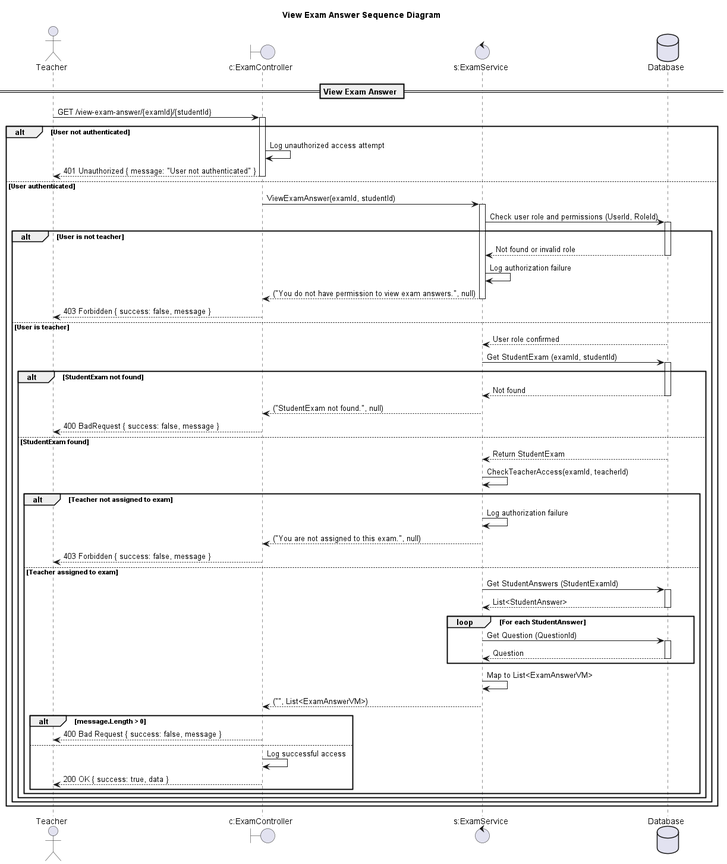
conghoan1211/AI-Kiosk-Testing-system keeps this PlantUML diagram as design/out/viewexamanswersequencediagram/viewexamanswersequencediagram.png. Above is the earlier version. Source of this version:
```plantuml
@startuml

title View Exam Answer Sequence Diagram

actor "Teacher" as Client
boundary "c:ExamController" as Controller
control "s:ExamService" as Service
database "Database" as DB

== View Exam Answer ==

Client -> Controller: GET /view-exam-answer/{examId}/{studentId}
activate Controller

alt User not authenticated
    Controller -> Controller: Log unauthorized access attempt
    Controller --> Client: 401 Unauthorized { message: "User not authenticated" }
    deactivate Controller
else User authenticated
    Controller -> Service: ViewExamAnswer(examId, studentId)
    activate Service

    Service -> DB: Check user role and permissions (UserId, RoleId)
    activate DB
    alt User is not teacher
        DB --> Service: Not found or invalid role
        deactivate DB
        Service -> Service: Log authorization failure
        Service --> Controller: ("You do not have permission to view exam answers.", null)
        deactivate Service
        Controller --> Client: 403 Forbidden { success: false, message }
        deactivate Controller
    else User is teacher
        DB --> Service: User role confirmed
        deactivate DB

        Service -> DB: Get StudentExam (examId, studentId)
        activate DB
        alt StudentExam not found
            DB --> Service: Not found
            deactivate DB
            Service --> Controller: ("StudentExam not found.", null)
            deactivate Service
            Controller --> Client: 400 BadRequest { success: false, message }
            deactivate Controller
        else StudentExam found
            DB --> Service: Return StudentExam
            deactivate DB

            Service -> Service: CheckTeacherAccess(examId, teacherId)
            alt Teacher not assigned to exam
                Service -> Service: Log authorization failure
                Service --> Controller: ("You are not assigned to this exam.", null)
                deactivate Service
                Controller --> Client: 403 Forbidden { success: false, message }
                deactivate Controller
            else Teacher assigned to exam
                Service -> DB: Get StudentAnswers (StudentExamId)
                activate DB
                DB --> Service: List<StudentAnswer>
                deactivate DB

                loop For each StudentAnswer
                    Service -> DB: Get Question (QuestionId)
                    activate DB
                    DB --> Service: Question
                    deactivate DB
                end loop

                Service -> Service: Map to List<ExamAnswerVM>
                Service --> Controller: ("", List<ExamAnswerVM>)
                deactivate Service

                alt message.Length > 0
                    Controller --> Client: 400 Bad Request { success: false, message }
                else
                    Controller -> Controller: Log successful access
                    Controller --> Client: 200 OK { success: true, data }
                end
            end
        end
    end
end

deactivate Controller

@enduml
```
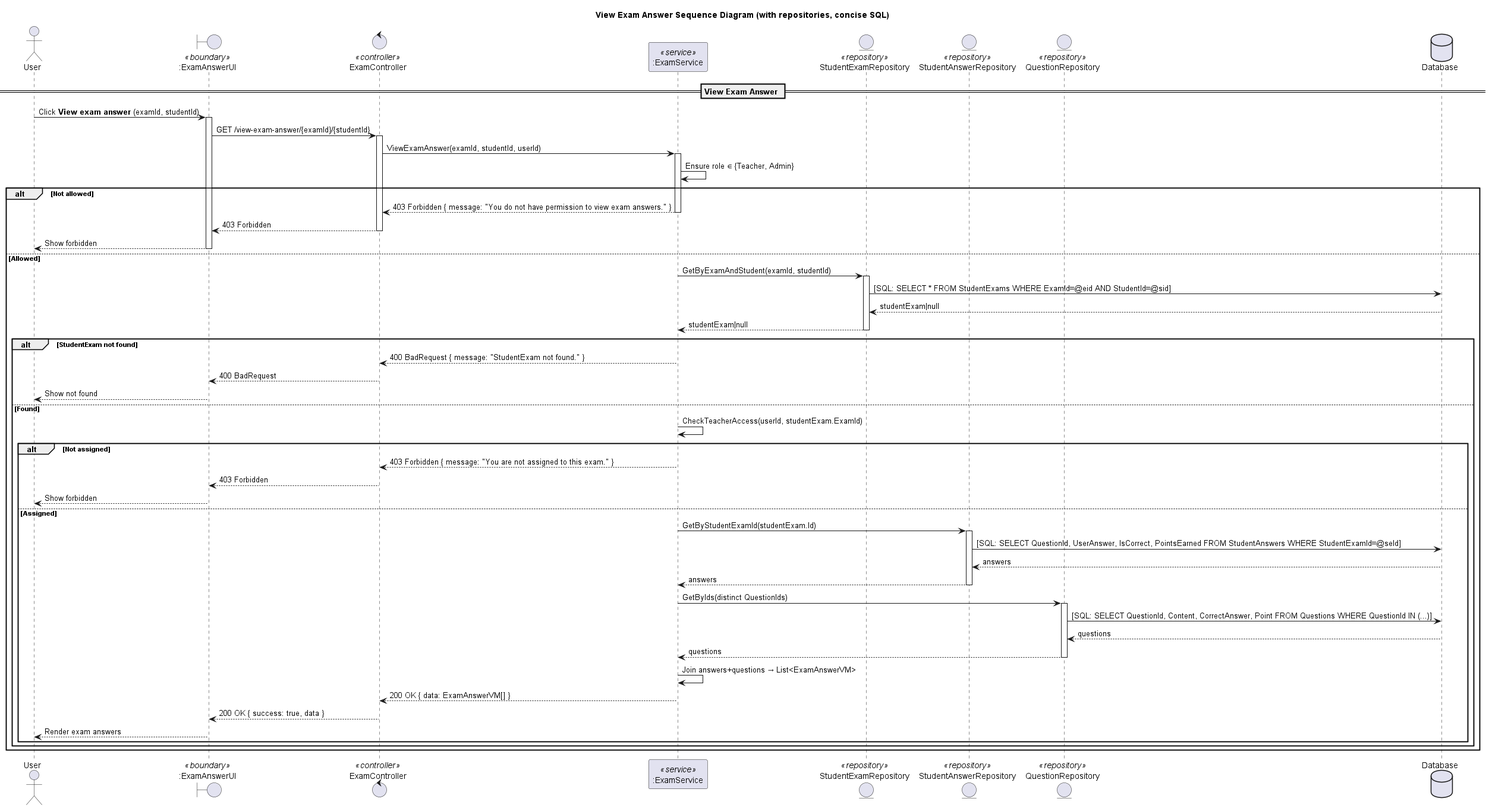
The same diagram one commit later.

The edit, as a diff of the source:
```diff
@@ -1,87 +1,82 @@
 @startuml
+title View Exam Answer Sequence Diagram (with repositories, concise SQL)
 
-title View Exam Answer Sequence Diagram
+actor "User" as Client
+boundary ":ExamAnswerUI" as UI <<boundary>>
+control "ExamController" as Controller <<controller>>
+participant ":ExamService" as Service <<service>>
 
-actor "Teacher" as Client
-boundary "c:ExamController" as Controller
-control "s:ExamService" as Service
+
+entity "StudentExamRepository" as StuExamRepo <<repository>>
+entity "StudentAnswerRepository" as AnswerRepo <<repository>>
+entity "QuestionRepository" as QRepo <<repository>>
+
 database "Database" as DB
 
 == View Exam Answer ==
 
-Client -> Controller: GET /view-exam-answer/{examId}/{studentId}
+Client -> UI: Click **View exam answer** (examId, studentId)
+activate UI
+UI -> Controller: GET /view-exam-answer/{examId}/{studentId}
 activate Controller
+Controller -> Service: ViewExamAnswer(examId, studentId, userId)
+activate Service
 
-alt User not authenticated
-    Controller -> Controller: Log unauthorized access attempt
-    Controller --> Client: 401 Unauthorized { message: "User not authenticated" }
+Service -> Service: Ensure role ∈ {Teacher, Admin}
+alt Not allowed
+  Service --> Controller: 403 Forbidden { message: "You do not have permission to view exam answers." }
+  deactivate Service
+  Controller --> UI: 403 Forbidden
+  deactivate Controller
+  UI --> Client: Show forbidden
+  deactivate UI
+else Allowed
+  Service -> StuExamRepo: GetByExamAndStudent(examId, studentId)
+  activate StuExamRepo
+  StuExamRepo -> DB: [SQL: SELECT * FROM StudentExams WHERE ExamId=@eid AND StudentId=@sid]
+  DB --> StuExamRepo: studentExam|null
+  StuExamRepo --> Service: studentExam|null
+  deactivate StuExamRepo
+
+  alt StudentExam not found
+    Service --> Controller: 400 BadRequest { message: "StudentExam not found." }
+    deactivate Service
+    Controller --> UI: 400 BadRequest
     deactivate Controller
-else User authenticated
-    Controller -> Service: ViewExamAnswer(examId, studentId)
-    activate Service
+    UI --> Client: Show not found
+    deactivate UI
+  else Found
+    Service -> Service: CheckTeacherAccess(userId, studentExam.ExamId)
+    alt Not assigned
+      Service --> Controller: 403 Forbidden { message: "You are not assigned to this exam." }
+      deactivate Service
+      Controller --> UI: 403 Forbidden
+      deactivate Controller
+      UI --> Client: Show forbidden
+      deactivate UI
+    else Assigned
+      Service -> AnswerRepo: GetByStudentExamId(studentExam.Id)
+      activate AnswerRepo
+      AnswerRepo -> DB: [SQL: SELECT QuestionId, UserAnswer, IsCorrect, PointsEarned FROM StudentAnswers WHERE StudentExamId=@seId]
+      DB --> AnswerRepo: answers
+      AnswerRepo --> Service: answers
+      deactivate AnswerRepo
 
-    Service -> DB: Check user role and permissions (UserId, RoleId)
-    activate DB
-    alt User is not teacher
-        DB --> Service: Not found or invalid role
-        deactivate DB
-        Service -> Service: Log authorization failure
-        Service --> Controller: ("You do not have permission to view exam answers.", null)
-        deactivate Service
-        Controller --> Client: 403 Forbidden { success: false, message }
-        deactivate Controller
-    else User is teacher
-        DB --> Service: User role confirmed
-        deactivate DB
+      Service -> QRepo: GetByIds(distinct QuestionIds)
+      activate QRepo
+      QRepo -> DB: [SQL: SELECT QuestionId, Content, CorrectAnswer, Point FROM Questions WHERE QuestionId IN (...)]
+      DB --> QRepo: questions
+      QRepo --> Service: questions
+      deactivate QRepo
 
-        Service -> DB: Get StudentExam (examId, studentId)
-        activate DB
-        alt StudentExam not found
-            DB --> Service: Not found
-            deactivate DB
-            Service --> Controller: ("StudentExam not found.", null)
-            deactivate Service
-            Controller --> Client: 400 BadRequest { success: false, message }
-            deactivate Controller
-        else StudentExam found
-            DB --> Service: Return StudentExam
-            deactivate DB
-
-            Service -> Service: CheckTeacherAccess(examId, teacherId)
-            alt Teacher not assigned to exam
-                Service -> Service: Log authorization failure
-                Service --> Controller: ("You are not assigned to this exam.", null)
-                deactivate Service
-                Controller --> Client: 403 Forbidden { success: false, message }
-                deactivate Controller
-            else Teacher assigned to exam
-                Service -> DB: Get StudentAnswers (StudentExamId)
-                activate DB
-                DB --> Service: List<StudentAnswer>
-                deactivate DB
-
-                loop For each StudentAnswer
-                    Service -> DB: Get Question (QuestionId)
-                    activate DB
-                    DB --> Service: Question
-                    deactivate DB
-                end loop
-
-                Service -> Service: Map to List<ExamAnswerVM>
-                Service --> Controller: ("", List<ExamAnswerVM>)
-                deactivate Service
-
-                alt message.Length > 0
-                    Controller --> Client: 400 Bad Request { success: false, message }
-                else
-                    Controller -> Controller: Log successful access
-                    Controller --> Client: 200 OK { success: true, data }
-                end
-            end
-        end
-    end
-end
-
-deactivate Controller
-
+      Service -> Service: Join answers+questions → List<ExamAnswerVM>
+      Service --> Controller: 200 OK { data: ExamAnswerVM[] }
+      deactivate Service
+      Controller --> UI: 200 OK { success: true, data }
+      deactivate Controller
+      UI --> Client: Render exam answers
+      deactivate UI
+    end alt
+  end alt
+end alt
 @enduml
```
